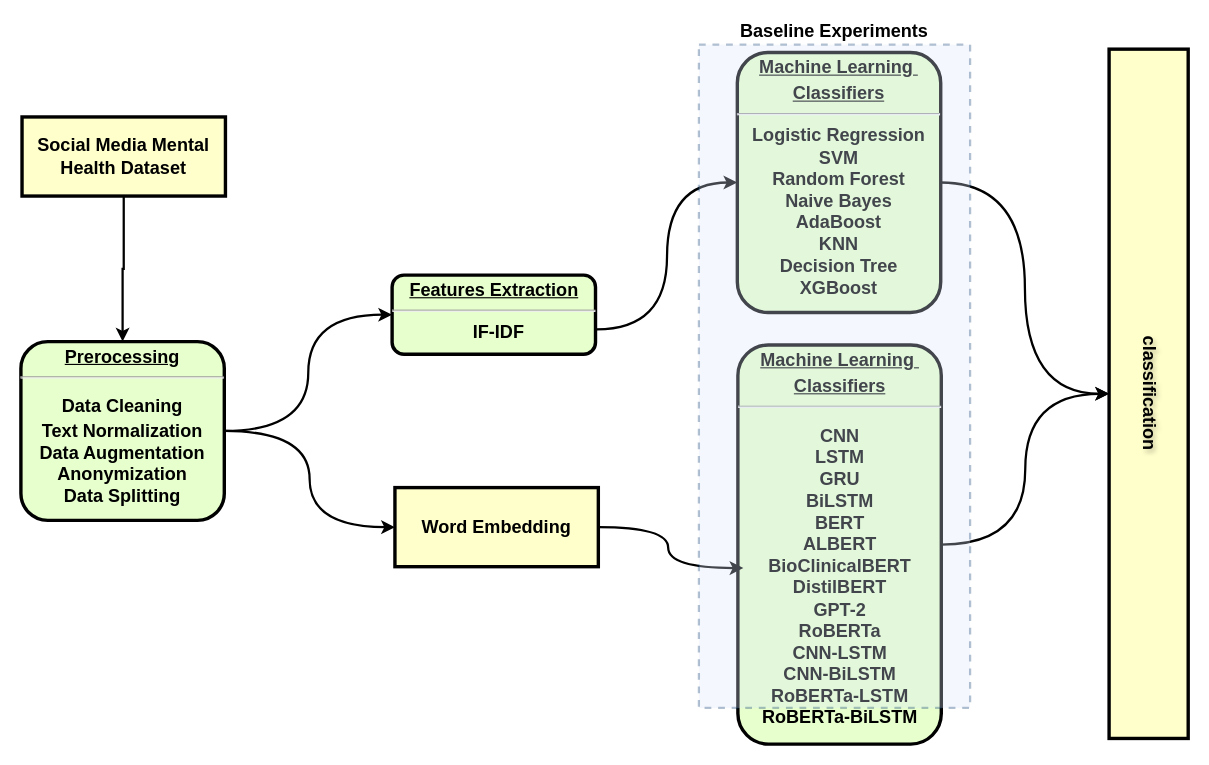
Earlier version of the draw.io diagram page "Page-1" (1 of 2) of 未命名绘图.drawio (JinboYao/mentalHealthPrediction). Source tidied: cells renumbered, new cells numbered last; positions are measured from the earlier drawing's top-left corner, leaving out a move shared by most shapes. Both pictures are drawn from the tidied source at 113%, with x=0, y=0 at pixel (20, 44).
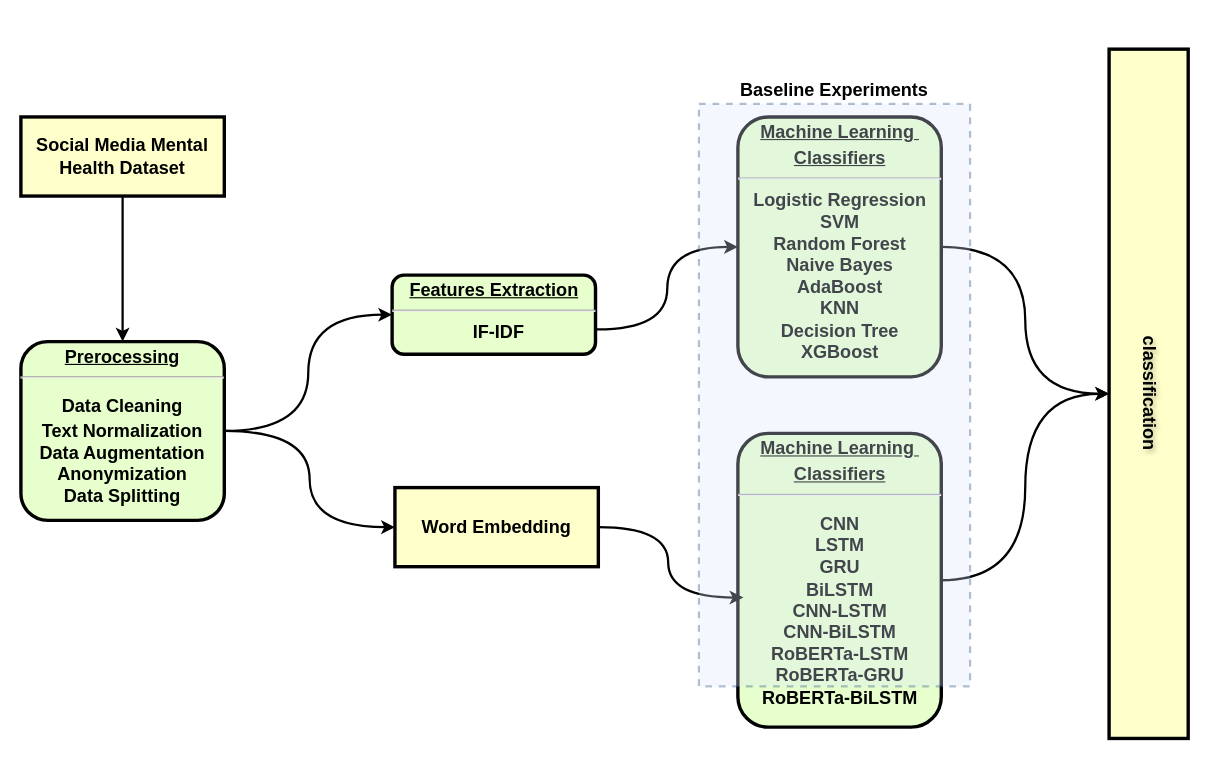
After the change.

Diff of the diagram source:
```diff
@@
 <mxGraphModel>
   <root>
     <mxCell id="0" />
     <mxCell id="1" parent="0" />
     <mxCell id="2" style="edgeStyle=orthogonalEdgeStyle;rounded=0;jettySize=auto;html=1;verticalAlign=top;strokeWidth=2;strokeColor=#000000;" parent="1" edge="1" source="3" target="6">
       <mxGeometry relative="1" as="geometry" />
     </mxCell>
     <mxCell id="3" value="Social Media Mental Health Dataset" style="whiteSpace=wrap;align=center;verticalAlign=middle;fontStyle=1;strokeWidth=3;fillColor=#FFFFCC;fontSize=16;fontFamily=Helvetica;" parent="1" vertex="1">
-      <mxGeometry x="1" y="64" width="180" height="70" as="geometry" />
+      <mxGeometry y="64" width="180" height="70" as="geometry" />
     </mxCell>
     <mxCell id="4" style="edgeStyle=orthogonalEdgeStyle;rounded=0;jettySize=auto;html=1;exitX=1;exitY=0.5;exitDx=0;exitDy=0;entryX=0;entryY=0.5;entryDx=0;entryDy=0;curved=1;strokeWidth=2;" parent="1" edge="1" source="6" target="8">
       <mxGeometry relative="1" as="geometry" />
     </mxCell>
     <mxCell id="5" style="edgeStyle=orthogonalEdgeStyle;rounded=0;jettySize=auto;html=1;entryX=0;entryY=0.5;entryDx=0;entryDy=0;curved=1;strokeWidth=2;" parent="1" edge="1" source="6" target="13">
       <mxGeometry relative="1" as="geometry" />
     </mxCell>
     <mxCell id="6" value="&lt;p style=&quot;margin: 4px 0px 0px; text-align: center; text-decoration: underline; font-size: 16px;&quot;&gt;&lt;strong style=&quot;font-size: 16px;&quot;&gt;&lt;font face=&quot;Helvetica&quot;&gt;Prerocessing&lt;br style=&quot;font-size: 16px;&quot;&gt;&lt;/font&gt;&lt;/strong&gt;&lt;/p&gt;&lt;hr style=&quot;font-size: 16px;&quot;&gt;&lt;h4 style=&quot;margin-top: 11pt; margin-bottom: 2pt; font-size: 16px;&quot;&gt;&lt;font face=&quot;jxqruCleWa-Uz67P-Egc&quot; style=&quot;font-size: 16px;&quot;&gt;&lt;span style=&quot;font-size: 16px;&quot; dir=&quot;LTR&quot;&gt;Data Cleaning&lt;/span&gt;&lt;span style=&quot;font-size: 16px;&quot;&gt;&lt;/span&gt;&lt;/font&gt;&lt;/h4&gt;&lt;div style=&quot;font-size: 16px;&quot;&gt;&lt;span style=&quot;font-size: 16px;&quot; dir=&quot;LTR&quot;&gt;&lt;font face=&quot;jxqruCleWa-Uz67P-Egc&quot; style=&quot;font-size: 16px;&quot;&gt;Text Normalization&lt;/font&gt;&lt;/span&gt;&lt;/div&gt;&lt;div style=&quot;font-size: 16px;&quot;&gt;&lt;span style=&quot;background-color: initial; font-size: 16px;&quot;&gt;&lt;font face=&quot;jxqruCleWa-Uz67P-Egc&quot; style=&quot;font-size: 16px;&quot;&gt;Data Augmentation&lt;/font&gt;&lt;/span&gt;&lt;/div&gt;&lt;div style=&quot;font-size: 16px;&quot;&gt;&lt;span style=&quot;background-color: initial; font-size: 16px;&quot;&gt;&lt;font face=&quot;jxqruCleWa-Uz67P-Egc&quot; style=&quot;font-size: 16px;&quot;&gt;Anonymization&lt;/font&gt;&lt;/span&gt;&lt;/div&gt;&lt;div style=&quot;font-size: 16px;&quot;&gt;&lt;span style=&quot;background-color: initial; font-size: 16px;&quot;&gt;&lt;font face=&quot;jxqruCleWa-Uz67P-Egc&quot; style=&quot;font-size: 16px;&quot;&gt;Data Splitting&lt;/font&gt;&lt;/span&gt;&lt;/div&gt;&lt;div style=&quot;font-size: 16px;&quot;&gt;&lt;span style=&quot;font-size: 16px; font-family: &amp;quot;Times New Roman&amp;quot;; background-color: initial;&quot;&gt;&lt;br style=&quot;font-size: 16px;&quot;&gt;&lt;/span&gt;&lt;/div&gt;" style="verticalAlign=middle;align=center;overflow=fill;fontSize=16;fontFamily=Helvetica;html=1;rounded=1;fontStyle=1;strokeWidth=3;fillColor=#E6FFCC;" parent="1" vertex="1">
       <mxGeometry y="262.8" width="180" height="158.2" as="geometry" />
     </mxCell>
     <mxCell id="7" style="edgeStyle=orthogonalEdgeStyle;rounded=0;jettySize=auto;html=1;exitX=1;exitY=0.5;exitDx=0;exitDy=0;entryX=0;entryY=0.5;entryDx=0;entryDy=0;curved=1;strokeWidth=2;" parent="1" edge="1" target="10">
       <mxGeometry relative="1" as="geometry">
         <mxPoint x="508.5" y="252" as="sourcePoint" />
       </mxGeometry>
     </mxCell>
     <mxCell id="8" value="&lt;p style=&quot;margin: 4px 0px 0px; text-align: center; text-decoration: underline; font-size: 16px;&quot;&gt;&lt;strong style=&quot;font-size: 16px;&quot;&gt;&lt;font face=&quot;Helvetica&quot;&gt;Features Extraction&lt;/font&gt;&lt;/strong&gt;&lt;/p&gt;&lt;hr style=&quot;font-size: 16px;&quot;&gt;&lt;p style=&quot;margin: 0px 0px 0px 8px; font-size: 16px;&quot;&gt;&lt;font face=&quot;DqDdRKLvFF2xLu6nzbZL&quot;&gt;IF-IDF&lt;/font&gt;&lt;/p&gt;" style="verticalAlign=middle;align=center;overflow=fill;fontSize=16;fontFamily=Helvetica;html=1;rounded=1;fontStyle=1;strokeWidth=3;fillColor=#E6FFCC;" parent="1" vertex="1">
       <mxGeometry x="328.5" y="204" width="180" height="70" as="geometry" />
     </mxCell>
     <mxCell id="9" style="edgeStyle=orthogonalEdgeStyle;rounded=0;jettySize=auto;html=1;exitX=1;exitY=0.5;exitDx=0;exitDy=0;entryX=0.5;entryY=1;entryDx=0;entryDy=0;curved=1;strokeWidth=2;" parent="1" edge="1" source="10" target="14">
       <mxGeometry relative="1" as="geometry" />
     </mxCell>
     <mxCell id="10" value="&lt;p style=&quot;margin: 4px 0px 0px; text-decoration: underline; font-size: 16px;&quot;&gt;&lt;font face=&quot;Helvetica&quot;&gt;Machine Learning&amp;nbsp;&lt;/font&gt;&lt;/p&gt;&lt;p style=&quot;margin: 4px 0px 0px; text-decoration: underline; font-size: 16px;&quot;&gt;&lt;font face=&quot;r1QTL9zH0StNO05adeCt&quot;&gt;Classifiers&lt;/font&gt;&lt;/p&gt;&lt;hr style=&quot;font-size: 16px;&quot;&gt;&lt;div style=&quot;font-size: 16px;&quot;&gt;&lt;font face=&quot;Helvetica&quot; style=&quot;font-size: 16px;&quot;&gt;Logistic Regression&lt;/font&gt;&lt;/div&gt;&lt;div style=&quot;font-size: 16px;&quot;&gt;&lt;font face=&quot;Jhj7KMNMLrSjtNdsGEg8&quot; style=&quot;font-size: 16px;&quot;&gt;SVM&lt;/font&gt;&lt;/div&gt;&lt;div style=&quot;font-size: 16px;&quot;&gt;&lt;font face=&quot;Jhj7KMNMLrSjtNdsGEg8&quot; style=&quot;font-size: 16px;&quot;&gt;Random Forest&lt;/font&gt;&lt;/div&gt;&lt;div style=&quot;font-size: 16px;&quot;&gt;&lt;font face=&quot;Jhj7KMNMLrSjtNdsGEg8&quot; style=&quot;font-size: 16px;&quot;&gt;Naive Bayes&lt;/font&gt;&lt;/div&gt;&lt;div style=&quot;font-size: 16px;&quot;&gt;&lt;font face=&quot;Jhj7KMNMLrSjtNdsGEg8&quot; style=&quot;font-size: 16px;&quot;&gt;AdaBoost&lt;/font&gt;&lt;/div&gt;&lt;div style=&quot;font-size: 16px;&quot;&gt;&lt;font face=&quot;Jhj7KMNMLrSjtNdsGEg8&quot; style=&quot;font-size: 16px;&quot;&gt;KNN&lt;/font&gt;&lt;/div&gt;&lt;div style=&quot;font-size: 16px;&quot;&gt;&lt;font face=&quot;Jhj7KMNMLrSjtNdsGEg8&quot; style=&quot;font-size: 16px;&quot;&gt;Decision Tree&lt;/font&gt;&lt;/div&gt;&lt;div style=&quot;font-size: 16px;&quot;&gt;&lt;font face=&quot;Jhj7KMNMLrSjtNdsGEg8&quot; style=&quot;font-size: 16px;&quot;&gt;XGBoost&lt;/font&gt;&lt;/div&gt;" style="verticalAlign=middle;align=center;overflow=fill;fontSize=16;fontFamily=Helvetica;html=1;rounded=1;fontStyle=1;strokeWidth=3;fillColor=#E6FFCC;" parent="1" vertex="1">
-      <mxGeometry x="634" y="7" width="180" height="230" as="geometry" />
+      <mxGeometry x="634.5" y="64" width="180" height="230" as="geometry" />
     </mxCell>
     <mxCell id="11" style="edgeStyle=orthogonalEdgeStyle;rounded=0;jettySize=auto;html=1;exitX=1;exitY=0.5;exitDx=0;exitDy=0;strokeWidth=2;curved=1;entryX=0.5;entryY=1;entryDx=0;entryDy=0;" parent="1" edge="1" source="12" target="14">
       <mxGeometry relative="1" as="geometry" />
     </mxCell>
-    <mxCell id="12" value="&lt;p style=&quot;text-decoration-line: underline; margin: 4px 0px 0px; font-size: 16px;&quot;&gt;&lt;font face=&quot;Helvetica&quot; style=&quot;font-size: 16px;&quot;&gt;Machine Learning&amp;nbsp;&lt;/font&gt;&lt;/p&gt;&lt;p style=&quot;text-decoration-line: underline; margin: 4px 0px 0px; font-size: 16px;&quot;&gt;&lt;font face=&quot;hfR8AvPXIUC468f-BFwY&quot; style=&quot;font-size: 16px;&quot;&gt;Classifiers&lt;/font&gt;&lt;/p&gt;&lt;hr style=&quot;font-size: 16px;&quot;&gt;&lt;p style=&quot;margin-top: 11pt; margin-bottom: 2pt; font-size: 16px;&quot;&gt;&lt;font face=&quot;Helvetica&quot; style=&quot;font-size: 16px;&quot;&gt;&lt;font style=&quot;font-size: 16px;&quot;&gt;CNN&lt;br style=&quot;font-size: 16px;&quot;&gt;&lt;/font&gt;&lt;font style=&quot;font-size: 16px;&quot;&gt;LSTM&lt;br style=&quot;font-size: 16px;&quot;&gt;&lt;/font&gt;&lt;font style=&quot;font-size: 16px;&quot;&gt;GRU&lt;br style=&quot;font-size: 16px;&quot;&gt;&lt;/font&gt;&lt;font style=&quot;font-size: 16px;&quot;&gt;BiLSTM&lt;br style=&quot;font-size: 16px;&quot;&gt;&lt;/font&gt;&lt;font style=&quot;font-size: 16px;&quot;&gt;BERT&lt;br style=&quot;font-size: 16px;&quot;&gt;&lt;/font&gt;&lt;font style=&quot;font-size: 16px;&quot;&gt;ALBERT&lt;br style=&quot;font-size: 16px;&quot;&gt;&lt;/font&gt;&lt;font style=&quot;font-size: 16px;&quot;&gt;BioClinicalBERT&lt;br style=&quot;font-size: 16px;&quot;&gt;&lt;/font&gt;&lt;font style=&quot;font-size: 16px;&quot;&gt;DistilBERT&lt;br style=&quot;font-size: 16px;&quot;&gt;&lt;/font&gt;&lt;font style=&quot;font-size: 16px;&quot;&gt;GPT-2&lt;br style=&quot;font-size: 16px;&quot;&gt;&lt;/font&gt;&lt;font style=&quot;font-size: 16px;&quot;&gt;RoBERTa&lt;br style=&quot;font-size: 16px;&quot;&gt;&lt;/font&gt;&lt;font style=&quot;font-size: 16px;&quot;&gt;CNN-LSTM&lt;br style=&quot;font-size: 16px;&quot;&gt;&lt;/font&gt;&lt;font style=&quot;font-size: 16px;&quot;&gt;CNN-BiLSTM&lt;br style=&quot;font-size: 16px;&quot;&gt;&lt;/font&gt;&lt;font style=&quot;font-size: 16px;&quot;&gt;RoBERTa-LSTM&lt;br style=&quot;font-size: 16px;&quot;&gt;&lt;/font&gt;&lt;font style=&quot;font-size: 16px;&quot;&gt;RoBERTa-BiLSTM&lt;/font&gt;&lt;/font&gt;&lt;/p&gt;" style="verticalAlign=middle;align=center;overflow=fill;fontSize=16;fontFamily=Helvetica;html=1;rounded=1;fontStyle=1;strokeWidth=3;fillColor=#E6FFCC;" parent="1" vertex="1">
-      <mxGeometry x="634.5" y="265.8" width="180" height="353.2" as="geometry" />
+    <mxCell id="12" value="&lt;p style=&quot;text-decoration-line: underline; margin: 4px 0px 0px; font-size: 16px;&quot;&gt;&lt;font face=&quot;Helvetica&quot; style=&quot;font-size: 16px;&quot;&gt;Machine Learning&amp;nbsp;&lt;/font&gt;&lt;/p&gt;&lt;p style=&quot;text-decoration-line: underline; margin: 4px 0px 0px; font-size: 16px;&quot;&gt;&lt;font face=&quot;hfR8AvPXIUC468f-BFwY&quot; style=&quot;font-size: 16px;&quot;&gt;Classifiers&lt;/font&gt;&lt;/p&gt;&lt;hr style=&quot;font-size: 16px;&quot;&gt;&lt;p style=&quot;margin-top: 11pt; margin-bottom: 2pt; font-size: 16px;&quot;&gt;&lt;font face=&quot;Helvetica&quot; style=&quot;font-size: 16px;&quot;&gt;&lt;font style=&quot;font-size: 16px;&quot;&gt;CNN&lt;br style=&quot;font-size: 16px;&quot;&gt;&lt;/font&gt;&lt;font style=&quot;font-size: 16px;&quot;&gt;LSTM&lt;br style=&quot;font-size: 16px;&quot;&gt;&lt;/font&gt;&lt;font style=&quot;font-size: 16px;&quot;&gt;GRU&lt;br style=&quot;font-size: 16px;&quot;&gt;&lt;/font&gt;&lt;font style=&quot;font-size: 16px;&quot;&gt;BiLSTM&lt;/font&gt;&lt;font style=&quot;font-size: 16px;&quot;&gt;&lt;br style=&quot;font-size: 16px;&quot;&gt;&lt;/font&gt;&lt;font style=&quot;font-size: 16px;&quot;&gt;CNN-LSTM&lt;br style=&quot;font-size: 16px;&quot;&gt;&lt;/font&gt;&lt;font style=&quot;font-size: 16px;&quot;&gt;CNN-BiLSTM&lt;br style=&quot;font-size: 16px;&quot;&gt;&lt;/font&gt;&lt;font style=&quot;font-size: 16px;&quot;&gt;RoBERTa-LSTM&lt;/font&gt;&lt;/font&gt;&lt;br&gt;RoBERTa-GRU&lt;font face=&quot;Helvetica&quot; style=&quot;font-size: 16px;&quot;&gt;&lt;font style=&quot;font-size: 16px;&quot;&gt;&lt;br style=&quot;font-size: 16px;&quot;&gt;&lt;/font&gt;&lt;font style=&quot;font-size: 16px;&quot;&gt;RoBERTa-BiLSTM&lt;/font&gt;&lt;/font&gt;&lt;/p&gt;" style="verticalAlign=middle;align=center;overflow=fill;fontSize=16;fontFamily=Helvetica;html=1;rounded=1;fontStyle=1;strokeWidth=3;fillColor=#E6FFCC;" parent="1" vertex="1">
+      <mxGeometry x="634.5" y="344" width="180" height="260" as="geometry" />
     </mxCell>
     <mxCell id="13" value="Word Embedding" style="whiteSpace=wrap;align=center;verticalAlign=middle;fontStyle=1;strokeWidth=3;fillColor=#FFFFCC;fontSize=16;fontFamily=Helvetica;" parent="1" vertex="1">
       <mxGeometry x="331" y="392" width="180" height="70" as="geometry" />
     </mxCell>
     <mxCell id="14" value="classification" style="whiteSpace=wrap;align=center;verticalAlign=middle;fontStyle=1;strokeWidth=3;fillColor=#FFFFCC;flipV=0;direction=south;textShadow=1;textDirection=vertical-lr;fontFamily=Helvetica;fontSize=16;horizontal=1;spacingTop=0;spacing=2;" parent="1" vertex="1">
       <mxGeometry x="963" y="4" width="70" height="610" as="geometry" />
     </mxCell>
     <mxCell id="15" style="edgeStyle=orthogonalEdgeStyle;rounded=0;jettySize=auto;html=1;exitX=1;exitY=0.5;exitDx=0;exitDy=0;entryX=0.027;entryY=0.559;entryDx=0;entryDy=0;entryPerimeter=0;curved=1;strokeWidth=2;" parent="1" edge="1" source="13" target="12">
       <mxGeometry relative="1" as="geometry" />
     </mxCell>
     <mxCell id="16" value="&lt;b style=&quot;font-size: 16px;&quot;&gt;Baseline Experiments&lt;/b&gt;" style="rounded=0;whiteSpace=wrap;html=1;opacity=30;fillColor=#dae8fc;strokeColor=#003366;labelPosition=center;verticalLabelPosition=top;align=center;verticalAlign=bottom;dashed=1;strokeWidth=2;fontSize=16;" parent="1" vertex="1">
-      <mxGeometry x="600" width="240" height="587" as="geometry" />
+      <mxGeometry x="600" y="52.4" width="240" height="515.6" as="geometry" />
     </mxCell>
   </root>
 </mxGraphModel>
```
